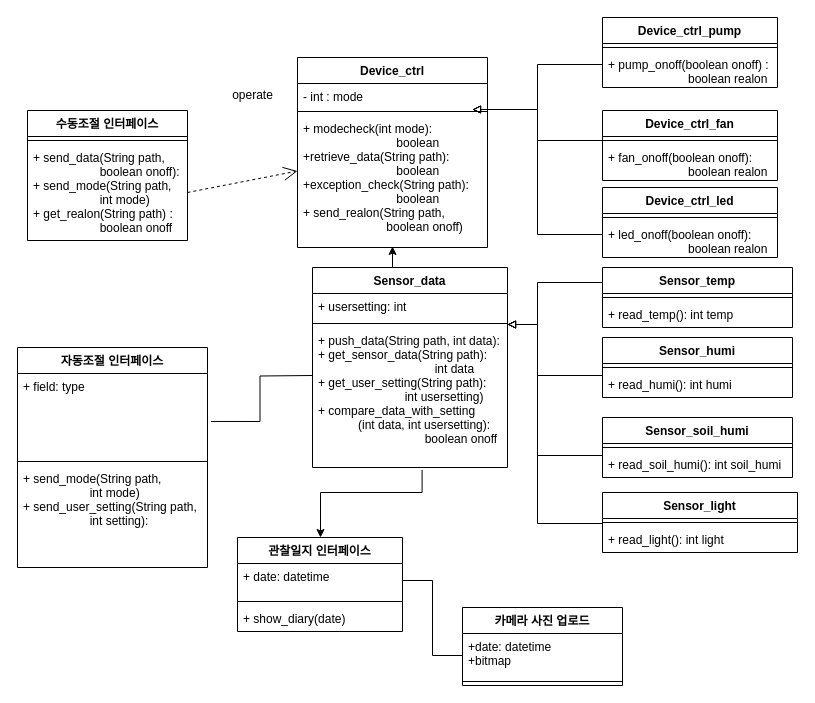
Before: 5주차/클래스 다이어그램/class_dg_ver2.drawio in sonmyungwon/Software-Development, a draw.io diagram. Source tidied: cells renumbered, new cells numbered last; positions are measured from the earlier drawing's top-left corner, leaving out a move shared by most shapes. Both pictures are drawn from the tidied source at 100%, with x=0, y=0 at pixel (17, 17).
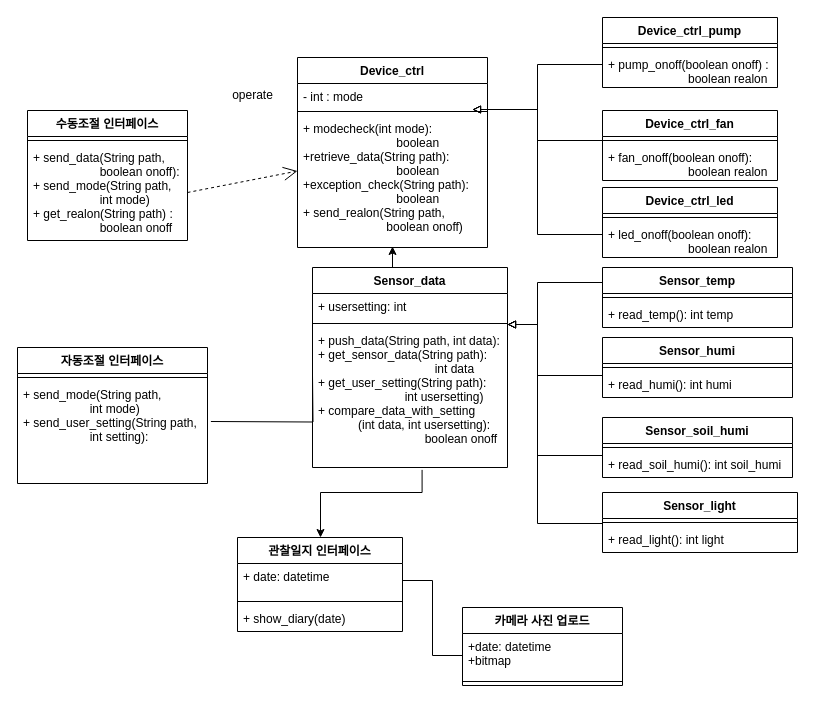
The same page after the edit.

What changed in the source:
```diff
@@
-    <mxCell id="28" style="edgeStyle=orthogonalEdgeStyle;rounded=0;jettySize=auto;html=1;exitX=1.018;exitY=0.571;exitDx=0;exitDy=0;entryX=0;entryY=0.25;entryDx=0;entryDy=0;endArrow=none;endFill=0;exitPerimeter=0;" parent="1" edge="1" source="37">
+    <mxCell id="28" style="edgeStyle=orthogonalEdgeStyle;rounded=0;orthogonalLoop=1;jettySize=auto;html=1;exitX=1.018;exitY=0.571;exitDx=0;exitDy=0;entryX=0;entryY=0.25;entryDx=0;entryDy=0;endArrow=none;endFill=0;exitPerimeter=0;" parent="1" edge="1">
       <mxGeometry relative="1" as="geometry">
+        <mxPoint x="193.4" y="404" as="sourcePoint" />
         <mxPoint x="295" y="358" as="targetPoint" />
       </mxGeometry>
     </mxCell>
@@
     <mxCell id="36" value="자동조절 인터페이스" style="swimlane;fontStyle=1;align=center;verticalAlign=top;horizontal=1;startSize=26;" parent="1" vertex="1">
-      <mxGeometry y="330" width="190" height="220" as="geometry" />
+      <mxGeometry y="330" width="190" height="136" as="geometry" />
     </mxCell>
-    <mxCell id="37" value="+ field: type" style="text;strokeColor=none;fillColor=none;align=left;verticalAlign=top;spacingLeft=4;spacingRight=4;overflow=hidden;points=[[0,0.5],[1,0.5]];portConstraint=eastwest;" parent="36" vertex="1">
-      <mxGeometry y="26" width="190" height="84" as="geometry" />
-    </mxCell>
     <mxCell id="38" style="line;strokeWidth=1;fillColor=none;align=left;verticalAlign=middle;spacingTop=-1;spacingLeft=3;spacingRight=3;labelPosition=right;strokeColor=inherit;" parent="36" vertex="1">
-      <mxGeometry y="110" width="190" height="8" as="geometry" />
+      <mxGeometry y="26" width="190" height="8" as="geometry" />
     </mxCell>
     <mxCell id="39" value="+ send_mode(String path,&#10;                    int mode)&#10;+ send_user_setting(String path,&#10;                    int setting):" style="text;strokeColor=none;fillColor=none;align=left;verticalAlign=top;spacingLeft=4;spacingRight=4;overflow=hidden;" parent="36" vertex="1">
-      <mxGeometry y="118" width="190" height="102" as="geometry" />
+      <mxGeometry y="34" width="190" height="102" as="geometry" />
     </mxCell>
```
